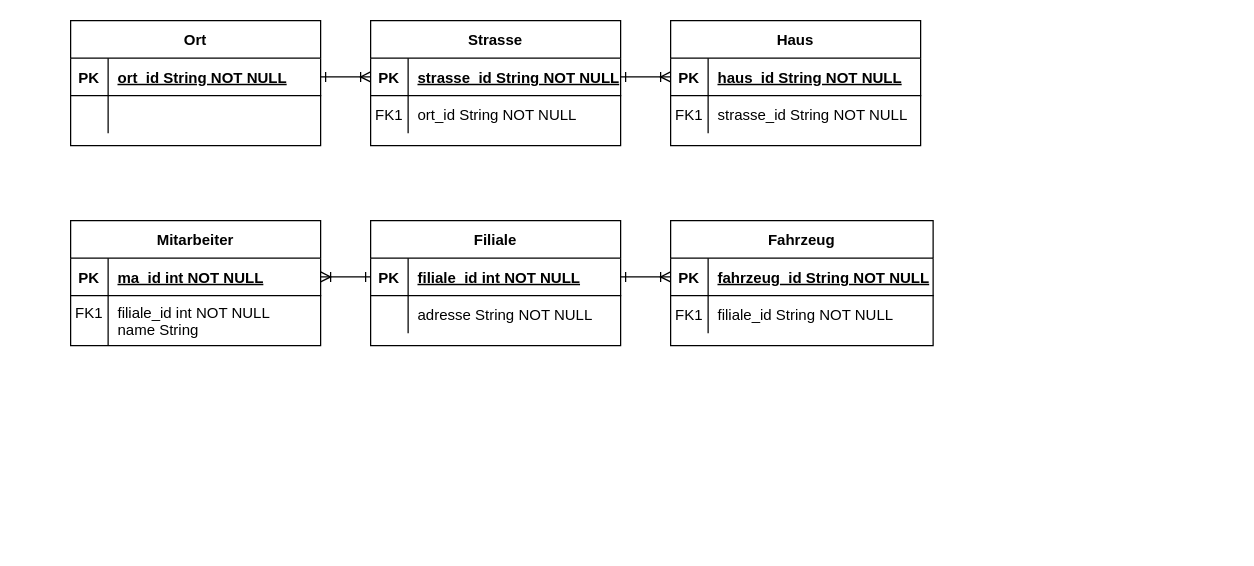
Above: Unbenanntes Diagramm.drawio in ferreric/ffhs_dbs (draw.io), before the change. Source tidied: cells renumbered, new cells numbered last; positions are measured from the earlier drawing's top-left corner, leaving out a move shared by most shapes. Both pictures are drawn from the tidied source at 125%, with x=0, y=0 at pixel (70, 20).
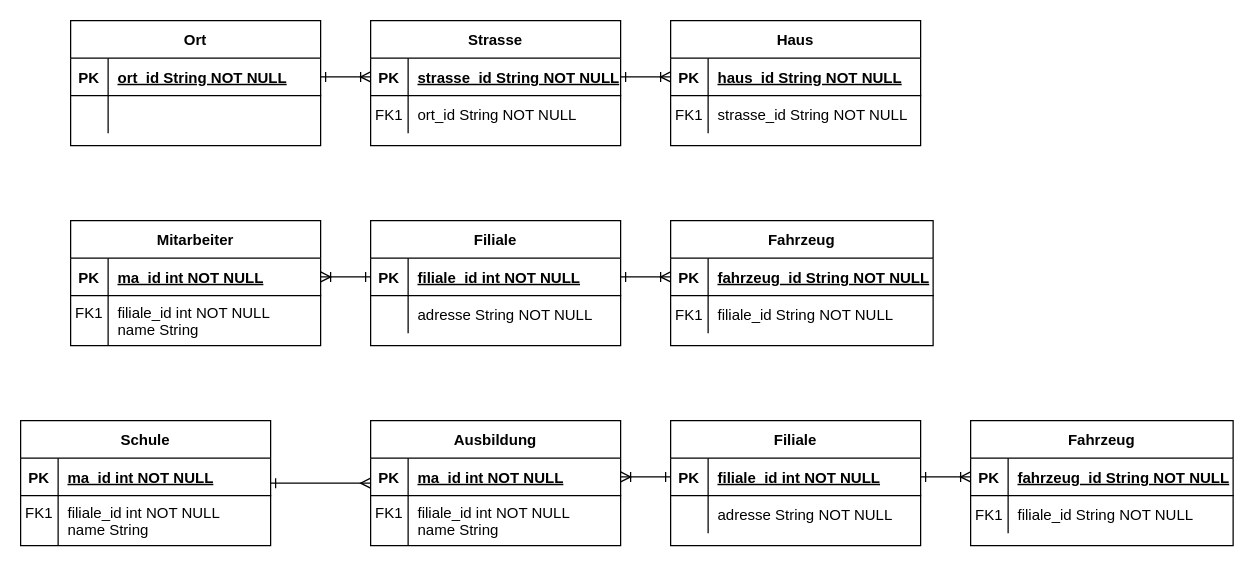
Above is the later version.

Commit message:
Ausbildungen hinzugefügt

Diff of the diagram source:
```diff
@@
+    <mxCell id="48" style="edgeStyle=entityRelationEdgeStyle;endArrow=ERoneToMany;startArrow=ERone;endFill=0;startFill=0;entryX=0;entryY=0.5;entryDx=0;entryDy=0;" parent="1" edge="1" source="50" target="57">
+      <mxGeometry relative="1" as="geometry" />
+    </mxCell>
+    <mxCell id="49" value="Filiale" style="shape=table;startSize=30;childLayout=tableLayout;rowLines=0;fontStyle=1;align=center;" parent="1" vertex="1">
+      <mxGeometry x="480" y="320" width="200" height="100" as="geometry" />
+    </mxCell>
+    <mxCell id="50" style="shape=partialRectangle;fillColor=none;points=[[0,0.5],[1,0.5]];portConstraint=eastwest;top=0;left=0;right=0;bottom=1;" parent="49" vertex="1">
+      <mxGeometry y="30" width="200" height="30" as="geometry" />
+    </mxCell>
+    <mxCell id="51" value="PK" style="shape=partialRectangle;overflow=hidden;fillColor=none;top=0;left=0;bottom=0;right=0;fontStyle=1;" parent="50" vertex="1">
+      <mxGeometry width="30" height="30" as="geometry" />
+    </mxCell>
+    <mxCell id="52" value="filiale_id int NOT NULL " style="shape=partialRectangle;overflow=hidden;fillColor=none;top=0;left=0;bottom=0;right=0;align=left;spacingLeft=6;fontStyle=5;" parent="50" vertex="1">
+      <mxGeometry x="30" width="170" height="30" as="geometry" />
+    </mxCell>
+    <mxCell id="53" style="shape=partialRectangle;fillColor=none;top=0;left=0;right=0;bottom=0;" parent="49" vertex="1">
+      <mxGeometry y="60" width="200" height="30" as="geometry" />
+    </mxCell>
+    <mxCell id="54" style="shape=partialRectangle;overflow=hidden;fillColor=none;top=0;left=0;bottom=0;right=0;" parent="53" vertex="1">
+      <mxGeometry width="30" height="30" as="geometry" />
+    </mxCell>
+    <mxCell id="55" value="adresse String NOT NULL" style="shape=partialRectangle;overflow=hidden;fillColor=none;top=0;left=0;bottom=0;right=0;align=left;spacingLeft=6;" parent="53" vertex="1">
+      <mxGeometry x="30" width="170" height="30" as="geometry" />
+    </mxCell>
+    <mxCell id="56" value="Fahrzeug" style="shape=table;startSize=30;childLayout=tableLayout;rowLines=0;fontStyle=1;align=center;" parent="1" vertex="1">
+      <mxGeometry x="720" y="320" width="210" height="100" as="geometry" />
+    </mxCell>
+    <mxCell id="57" style="shape=partialRectangle;fillColor=none;points=[[0,0.5],[1,0.5]];portConstraint=eastwest;top=0;left=0;right=0;bottom=1;" parent="56" vertex="1">
+      <mxGeometry y="30" width="210" height="30" as="geometry" />
+    </mxCell>
+    <mxCell id="58" value="PK" style="shape=partialRectangle;overflow=hidden;fillColor=none;top=0;left=0;bottom=0;right=0;fontStyle=1;" parent="57" vertex="1">
+      <mxGeometry width="30" height="30" as="geometry" />
+    </mxCell>
+    <mxCell id="59" value="fahrzeug_id String NOT NULL " style="shape=partialRectangle;overflow=hidden;fillColor=none;top=0;left=0;bottom=0;right=0;align=left;spacingLeft=6;fontStyle=5;" parent="57" vertex="1">
+      <mxGeometry x="30" width="180" height="30" as="geometry" />
+    </mxCell>
+    <mxCell id="60" style="shape=partialRectangle;fillColor=none;top=0;left=0;right=0;bottom=0;" parent="56" vertex="1">
+      <mxGeometry y="60" width="210" height="30" as="geometry" />
+    </mxCell>
+    <mxCell id="61" value="FK1" style="shape=partialRectangle;overflow=hidden;fillColor=none;top=0;left=0;bottom=0;right=0;" parent="60" vertex="1">
+      <mxGeometry width="30" height="30" as="geometry" />
+    </mxCell>
+    <mxCell id="62" value="filiale_id String NOT NULL" style="shape=partialRectangle;overflow=hidden;fillColor=none;top=0;left=0;bottom=0;right=0;align=left;spacingLeft=6;" parent="60" vertex="1">
+      <mxGeometry x="30" width="180" height="30" as="geometry" />
+    </mxCell>
+    <mxCell id="63" style="edgeStyle=orthogonalEdgeStyle;rounded=0;jettySize=auto;html=1;startArrow=ERone;startFill=0;endArrow=ERmany;endFill=0;" parent="1" edge="1" source="72" target="64">
+      <mxGeometry relative="1" as="geometry" />
+    </mxCell>
+    <mxCell id="64" value="Ausbildung" style="shape=table;startSize=30;childLayout=tableLayout;rowLines=0;fontStyle=1;align=center;" parent="1" vertex="1">
+      <mxGeometry x="240" y="320" width="200" height="100" as="geometry" />
+    </mxCell>
+    <mxCell id="65" style="shape=partialRectangle;fillColor=none;points=[[0,0.5],[1,0.5]];portConstraint=eastwest;top=0;left=0;right=0;bottom=1;" parent="64" vertex="1">
+      <mxGeometry y="30" width="200" height="30" as="geometry" />
+    </mxCell>
+    <mxCell id="66" value="PK" style="shape=partialRectangle;overflow=hidden;fillColor=none;top=0;left=0;bottom=0;right=0;fontStyle=1;" parent="65" vertex="1">
+      <mxGeometry width="30" height="30" as="geometry" />
+    </mxCell>
+    <mxCell id="67" value="ma_id int NOT NULL " style="shape=partialRectangle;overflow=hidden;fillColor=none;top=0;left=0;bottom=0;right=0;align=left;spacingLeft=6;fontStyle=5;" parent="65" vertex="1">
+      <mxGeometry x="30" width="170" height="30" as="geometry" />
+    </mxCell>
+    <mxCell id="68" style="shape=partialRectangle;fillColor=none;top=0;left=0;right=0;bottom=0;" parent="64" vertex="1">
+      <mxGeometry y="60" width="200" height="40" as="geometry" />
+    </mxCell>
+    <mxCell id="69" value="FK1&#10;" style="shape=partialRectangle;overflow=hidden;fillColor=none;top=0;left=0;bottom=0;right=0;" parent="68" vertex="1">
+      <mxGeometry width="30" height="40" as="geometry" />
+    </mxCell>
+    <mxCell id="70" value="filiale_id int NOT NULL&#10;name String" style="shape=partialRectangle;overflow=hidden;fillColor=none;top=0;left=0;bottom=0;right=0;align=left;spacingLeft=6;" parent="68" vertex="1">
+      <mxGeometry x="30" width="170" height="40" as="geometry" />
+    </mxCell>
+    <mxCell id="71" style="edgeStyle=entityRelationEdgeStyle;endArrow=ERoneToMany;startArrow=ERone;endFill=0;startFill=0;" parent="1" edge="1" source="50" target="65">
+      <mxGeometry relative="1" as="geometry" />
+    </mxCell>
+    <mxCell id="72" value="Schule" style="shape=table;startSize=30;childLayout=tableLayout;rowLines=0;fontStyle=1;align=center;" parent="1" vertex="1">
+      <mxGeometry x="-40" y="320" width="200" height="100" as="geometry" />
+    </mxCell>
+    <mxCell id="73" style="shape=partialRectangle;fillColor=none;top=0;left=0;right=0;bottom=1;" parent="72" vertex="1">
+      <mxGeometry y="30" width="200" height="30" as="geometry" />
+    </mxCell>
+    <mxCell id="74" value="PK" style="shape=partialRectangle;overflow=hidden;fillColor=none;top=0;left=0;bottom=0;right=0;fontStyle=1;" parent="73" vertex="1">
+      <mxGeometry width="30" height="30" as="geometry" />
+    </mxCell>
+    <mxCell id="75" value="ma_id int NOT NULL " style="shape=partialRectangle;overflow=hidden;fillColor=none;top=0;left=0;bottom=0;right=0;align=left;spacingLeft=6;fontStyle=5;" parent="73" vertex="1">
+      <mxGeometry x="30" width="170" height="30" as="geometry" />
+    </mxCell>
+    <mxCell id="76" style="shape=partialRectangle;fillColor=none;top=0;left=0;right=0;bottom=0;" parent="72" vertex="1">
+      <mxGeometry y="60" width="200" height="40" as="geometry" />
+    </mxCell>
+    <mxCell id="77" value="FK1&#10;" style="shape=partialRectangle;overflow=hidden;fillColor=none;top=0;left=0;bottom=0;right=0;" parent="76" vertex="1">
+      <mxGeometry width="30" height="40" as="geometry" />
+    </mxCell>
+    <mxCell id="78" value="filiale_id int NOT NULL&#10;name String" style="shape=partialRectangle;overflow=hidden;fillColor=none;top=0;left=0;bottom=0;right=0;align=left;spacingLeft=6;" parent="76" vertex="1">
+      <mxGeometry x="30" width="170" height="40" as="geometry" />
+    </mxCell>
```
